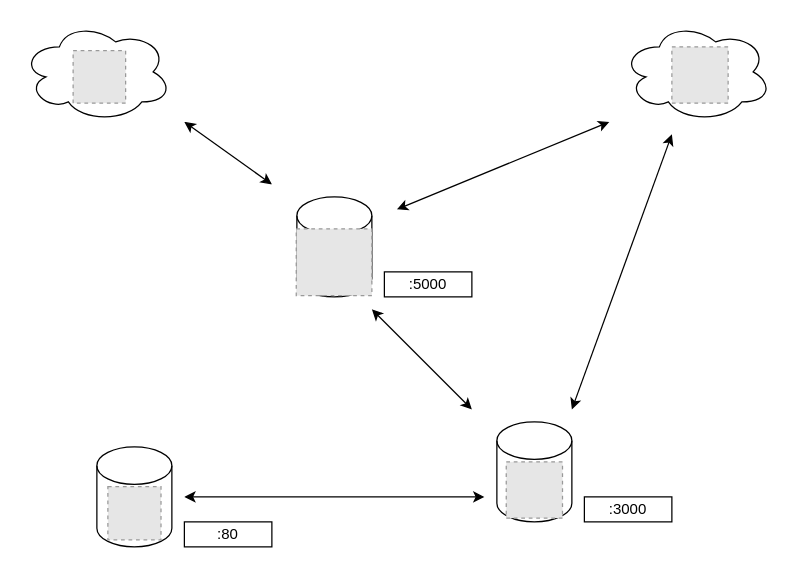
This is Untitled Diagram.drawio from WhatACotton/CharisWorks-BackEnd, a draw.io file, before an edit. Source tidied: cells renumbered, new cells numbered last; positions are measured from the earlier drawing's top-left corner, leaving out a move shared by most shapes. Both pictures are drawn from the tidied source at 125%, with x=0, y=0 at pixel (21, 21). Pictures stored in the file or linked from it are replaced by grey dashed boxes.
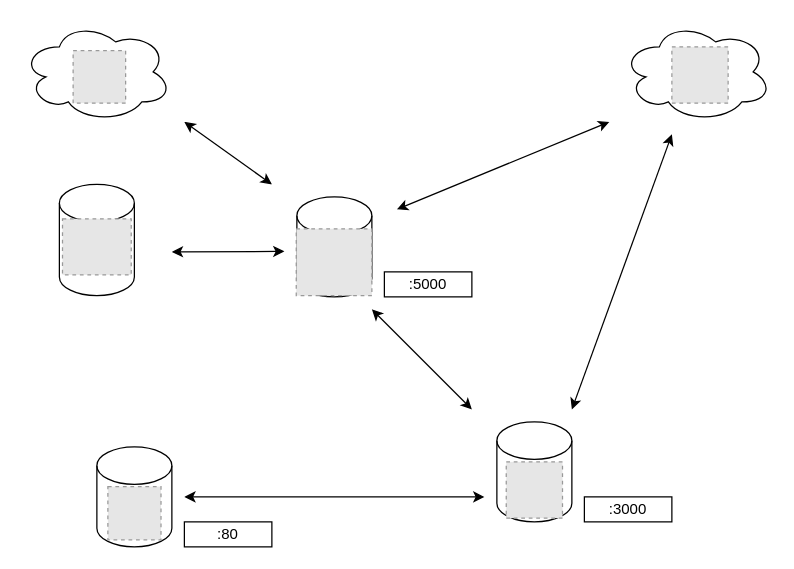
After the change.

Change to the diagram source:
```diff
@@
+    <mxCell id="20" style="endArrow=classic;startArrow=classic;html=1;rounded=0;" parent="1" edge="1">
+      <mxGeometry relative="1" as="geometry">
+        <mxPoint x="120" y="184" as="sourcePoint" />
+        <mxPoint x="210" y="183.6" as="targetPoint" />
+      </mxGeometry>
+    </mxCell>
+    <mxCell id="21" style="shape=cylinder3;whiteSpace=wrap;html=1;boundedLbl=1;backgroundOutline=1;size=15;" parent="1" vertex="1">
+      <mxGeometry x="30" y="130" width="60" height="89" as="geometry" />
+    </mxCell>
+    <mxCell id="22" style="fillColor=#E6E6E6;strokeColor=#999999;dashed=1;verticalLabelPosition=bottom;labelBackgroundColor=default;verticalAlign=top;" parent="1" vertex="1">
+      <mxGeometry x="32.5" y="157.5" width="55" height="44.9" as="geometry" />
+    </mxCell>
```
